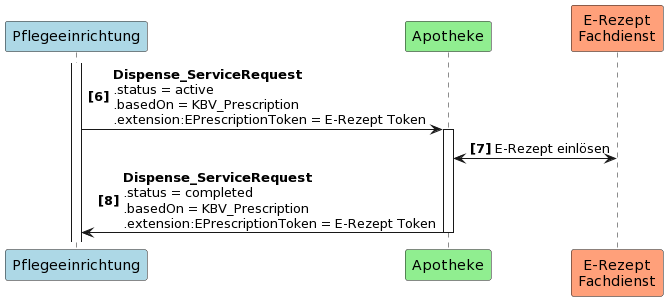
This is guides/ig-rezeptanforderung/images/puml_images/UC1_2.png from gematik/spec-E-Rezept-ServiceRequest, a PlantUML export, as it was before one commit.
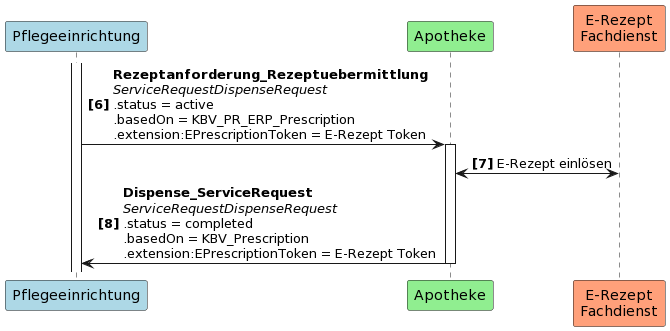
After the commit.

Change to the diagram source:
```diff
@@ -5,7 +5,7 @@
 participant "E-Rezept\nFachdienst" as FD #LightSalmon
 
 activate PE
-PE -> A++: <b>Dispense_ServiceRequest \n.status = active \n.basedOn = KBV_Prescription \n.extension:EPrescriptionToken = E-Rezept Token
+PE -> A++: <b>Rezeptanforderung_Rezeptuebermittlung \n<i>ServiceRequestDispenseRequest \n.status = active \n.basedOn = KBV_PR_ERP_Prescription \n.extension:EPrescriptionToken = E-Rezept Token
 A <-> FD: E-Rezept einlösen
-A -> PE--: <b>Dispense_ServiceRequest \n.status = completed \n.basedOn = KBV_Prescription \n.extension:EPrescriptionToken = E-Rezept Token
+A -> PE--: <b>Dispense_ServiceRequest \n<i>ServiceRequestDispenseRequest \n.status = completed \n.basedOn = KBV_Prescription \n.extension:EPrescriptionToken = E-Rezept Token
 @enduml
```
